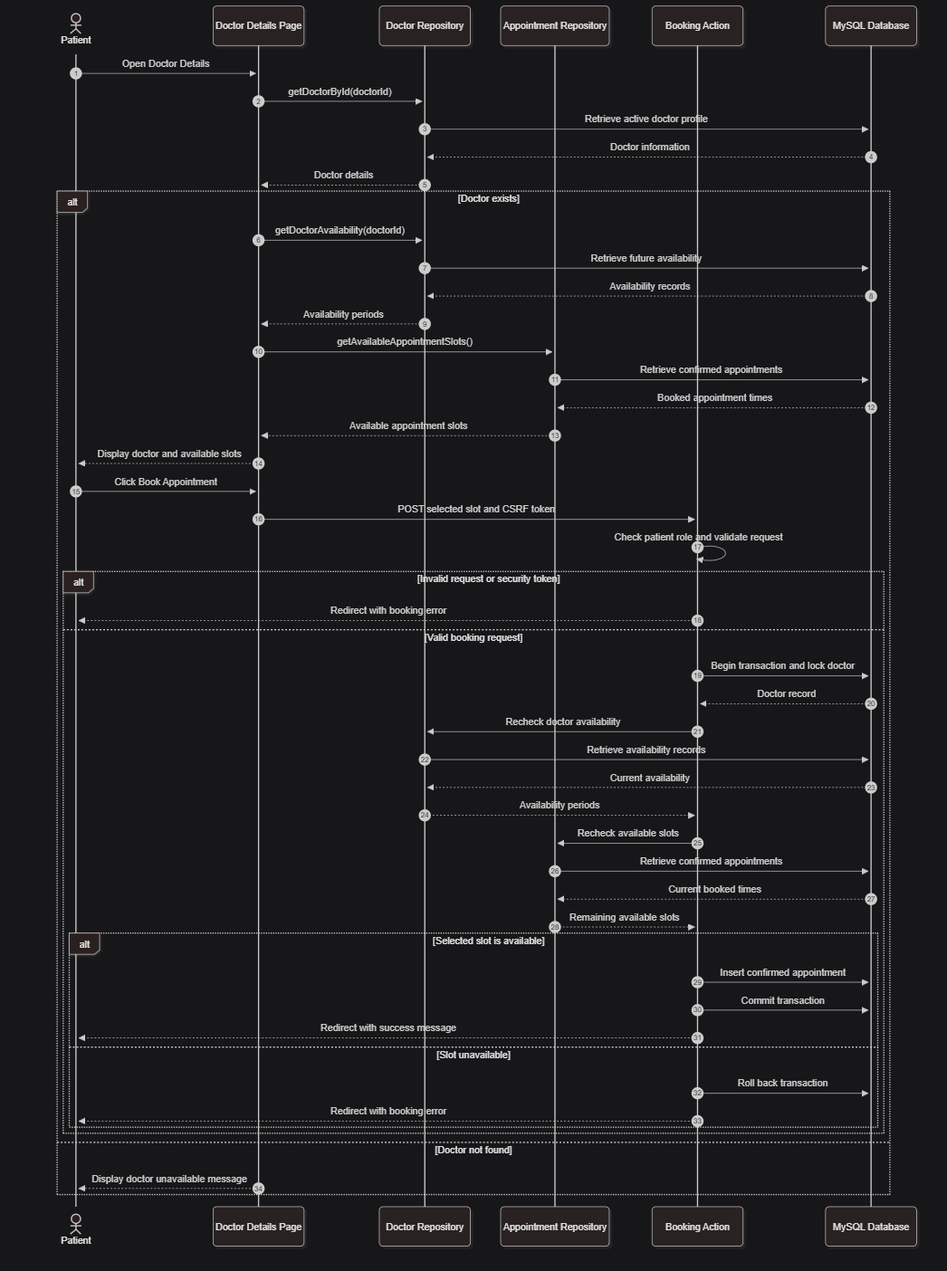
Above: 03-UML-Diagrams/Sequence-Diagrams/Sprint-2/SD06-Appointment-Booking.png in sewararashidi-byte/Clinic-Appointment-System (Mermaid), before the change. Its source is kept beside it as 03-UML-Diagrams/Sequence-Diagrams/Sprint-2/SD06-Appointment-Booking.mmd. Source of this version:
```mermaid
sequenceDiagram
    autonumber

    actor Patient
    participant Page as Doctor Details Page
    participant DoctorRepo as Doctor Repository
    participant SlotRepo as Appointment Repository
    participant Booking as Booking Action
    participant DB as MySQL Database

    Patient->>Page: Open Doctor Details
    Page->>DoctorRepo: getDoctorById(doctorId)
    DoctorRepo->>DB: Retrieve active doctor profile
    DB-->>DoctorRepo: Doctor information
    DoctorRepo-->>Page: Doctor details

    alt Doctor exists
        Page->>DoctorRepo: getDoctorAvailability(doctorId)
        DoctorRepo->>DB: Retrieve future availability
        DB-->>DoctorRepo: Availability records
        DoctorRepo-->>Page: Availability periods

        Page->>SlotRepo: getAvailableAppointmentSlots()
        SlotRepo->>DB: Retrieve confirmed appointments
        DB-->>SlotRepo: Booked appointment times
        SlotRepo-->>Page: Available appointment slots

        Page-->>Patient: Display doctor and available slots

        Patient->>Page: Click Book Appointment
        Page->>Booking: POST selected slot and CSRF token

        Booking->>Booking: Check patient role and validate request

        alt Invalid request or security token
            Booking-->>Patient: Redirect with booking error
        else Valid booking request
            Booking->>DB: Begin transaction and lock doctor
            DB-->>Booking: Doctor record

            Booking->>DoctorRepo: Recheck doctor availability
            DoctorRepo->>DB: Retrieve availability records
            DB-->>DoctorRepo: Current availability
            DoctorRepo-->>Booking: Availability periods

            Booking->>SlotRepo: Recheck available slots
            SlotRepo->>DB: Retrieve confirmed appointments
            DB-->>SlotRepo: Current booked times
            SlotRepo-->>Booking: Remaining available slots

            alt Selected slot is available
                Booking->>DB: Insert confirmed appointment
                Booking->>DB: Commit transaction
                Booking-->>Patient: Redirect with success message
            else Slot unavailable
                Booking->>DB: Roll back transaction
                Booking-->>Patient: Redirect with booking error
            end
        end

    else Doctor not found
        Page-->>Patient: Display doctor unavailable message
    end
```
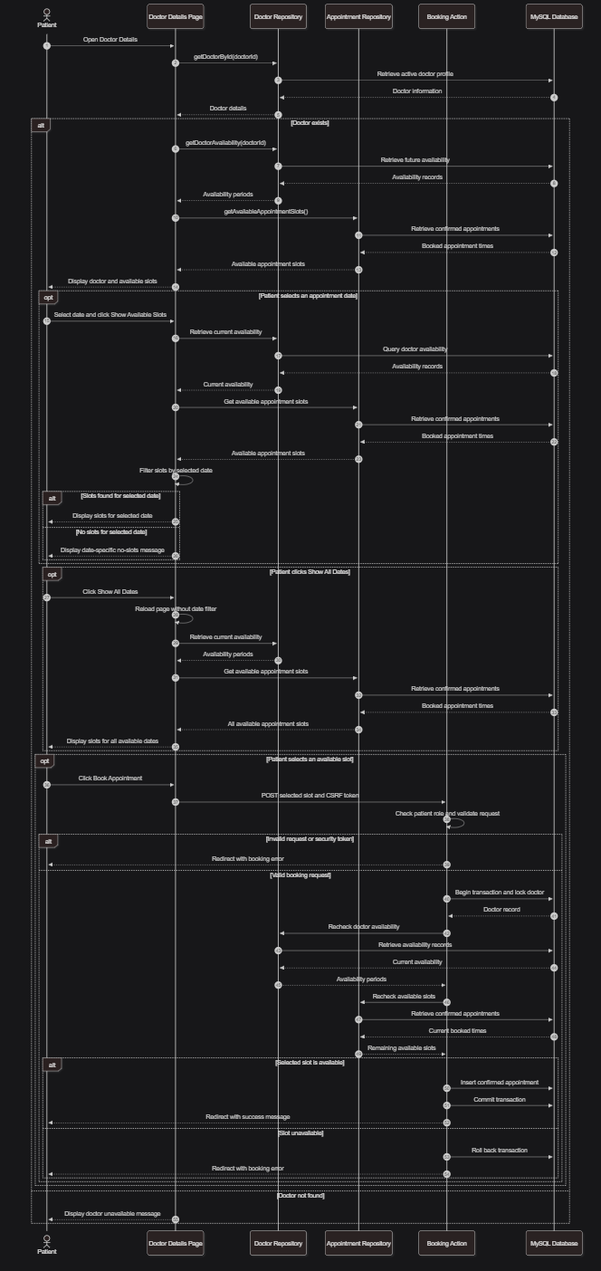
The same diagram one commit later.

Commit message:
docs(sprint-2): update SD06 for appointment date filtering

Update SD06 Mermaid sequence diagram with T2.8 date selection.
Regenerate the appointment booking sequence diagram PNG.
Update the SD06 plan to document date filtering and testing.

Change to the diagram source:
```diff
@@ -27,34 +27,74 @@
 
         Page-->>Patient: Display doctor and available slots
 
-        Patient->>Page: Click Book Appointment
-        Page->>Booking: POST selected slot and CSRF token
 
-        Booking->>Booking: Check patient role and validate request
+        opt Patient selects an appointment date
+            Patient->>Page: Select date and click Show Available Slots
+            Page->>DoctorRepo: Retrieve current availability
+            DoctorRepo->>DB: Query doctor availability
+            DB-->>DoctorRepo: Availability records
+            DoctorRepo-->>Page: Current availability
 
-        alt Invalid request or security token
-            Booking-->>Patient: Redirect with booking error
-        else Valid booking request
-            Booking->>DB: Begin transaction and lock doctor
-            DB-->>Booking: Doctor record
+            Page->>SlotRepo: Get available appointment slots
+            SlotRepo->>DB: Retrieve confirmed appointments
+            DB-->>SlotRepo: Booked appointment times
+            SlotRepo-->>Page: Available appointment slots
 
-            Booking->>DoctorRepo: Recheck doctor availability
-            DoctorRepo->>DB: Retrieve availability records
-            DB-->>DoctorRepo: Current availability
-            DoctorRepo-->>Booking: Availability periods
+            Page->>Page: Filter slots by selected date
 
-            Booking->>SlotRepo: Recheck available slots
+            alt Slots found for selected date
+                Page-->>Patient: Display slots for selected date
+            else No slots for selected date
+                Page-->>Patient: Display date-specific no-slots message
+            end
+        end
+
+
+        opt Patient clicks Show All Dates
+            Patient->>Page: Click Show All Dates
+            Page->>Page: Reload page without date filter
+            Page->>DoctorRepo: Retrieve current availability
+            DoctorRepo-->>Page: Availability periods
+            Page->>SlotRepo: Get available appointment slots
             SlotRepo->>DB: Retrieve confirmed appointments
-            DB-->>SlotRepo: Current booked times
-            SlotRepo-->>Booking: Remaining available slots
+            DB-->>SlotRepo: Booked appointment times
+            SlotRepo-->>Page: All available appointment slots
+            Page-->>Patient: Display slots for all available dates
+        end
 
-            alt Selected slot is available
-                Booking->>DB: Insert confirmed appointment
-                Booking->>DB: Commit transaction
-                Booking-->>Patient: Redirect with success message
-            else Slot unavailable
-                Booking->>DB: Roll back transaction
+
+        opt Patient selects an available slot
+            Patient->>Page: Click Book Appointment
+            Page->>Booking: POST selected slot and CSRF token
+
+            Booking->>Booking: Check patient role and validate request
+
+            alt Invalid request or security token
                 Booking-->>Patient: Redirect with booking error
+
+            else Valid booking request
+                Booking->>DB: Begin transaction and lock doctor
+                DB-->>Booking: Doctor record
+
+                Booking->>DoctorRepo: Recheck doctor availability
+                DoctorRepo->>DB: Retrieve availability records
+                DB-->>DoctorRepo: Current availability
+                DoctorRepo-->>Booking: Availability periods
+
+                Booking->>SlotRepo: Recheck available slots
+                SlotRepo->>DB: Retrieve confirmed appointments
+                DB-->>SlotRepo: Current booked times
+                SlotRepo-->>Booking: Remaining available slots
+
+                alt Selected slot is available
+                    Booking->>DB: Insert confirmed appointment
+                    Booking->>DB: Commit transaction
+                    Booking-->>Patient: Redirect with success message
+
+                else Slot unavailable
+                    Booking->>DB: Roll back transaction
+                    Booking-->>Patient: Redirect with booking error
+                end
             end
         end
 
```
